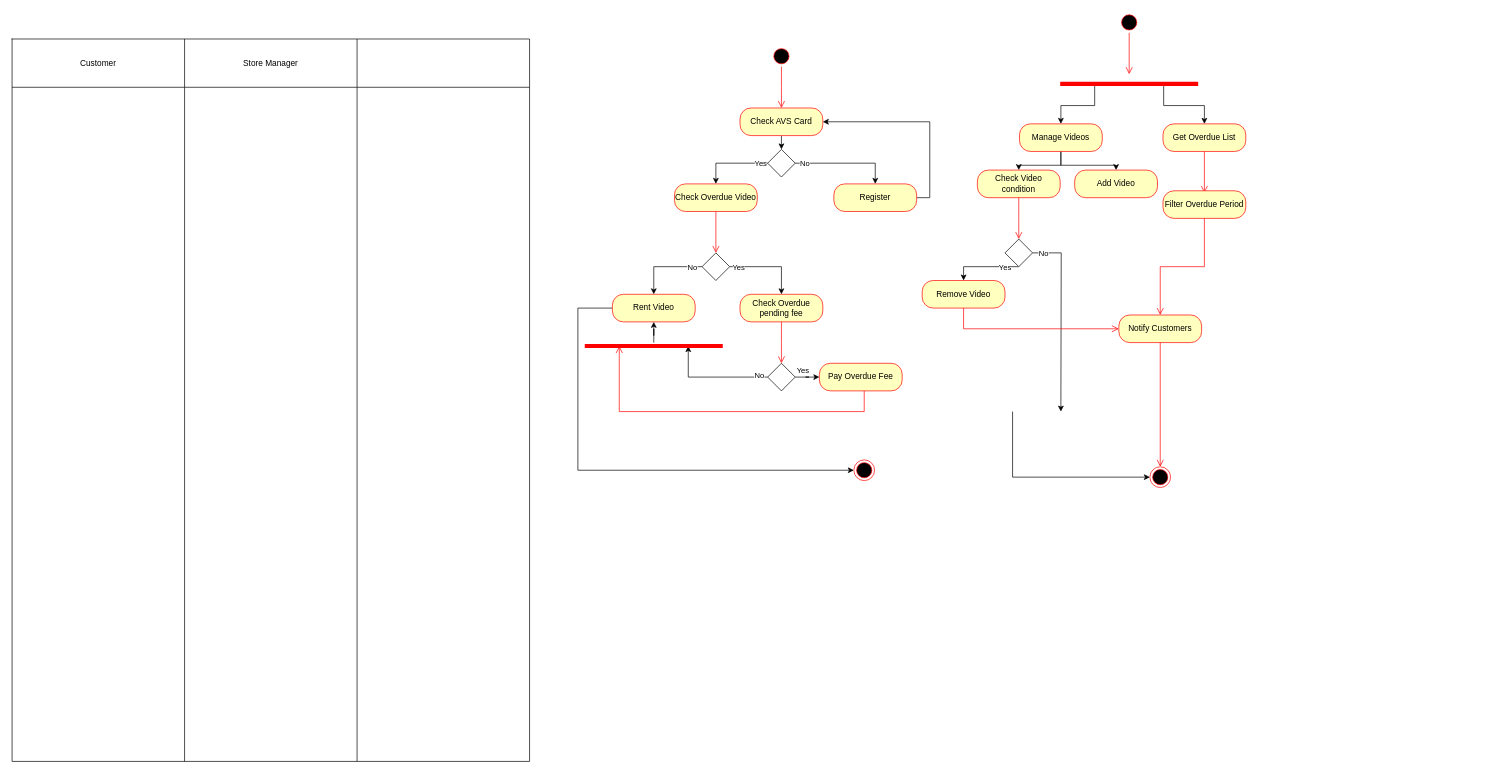
The draw.io diagram Soff40091- Scale-Up 05 - Activity Diagram.drawio in AnjeloM/AnjeloM, before the edit. Source tidied: cells renumbered, new cells numbered last; positions are measured from the earlier drawing's top-left corner, leaving out a move shared by most shapes. Both pictures are drawn from the tidied source at 69%, with x=0, y=0 at pixel (12, 12).
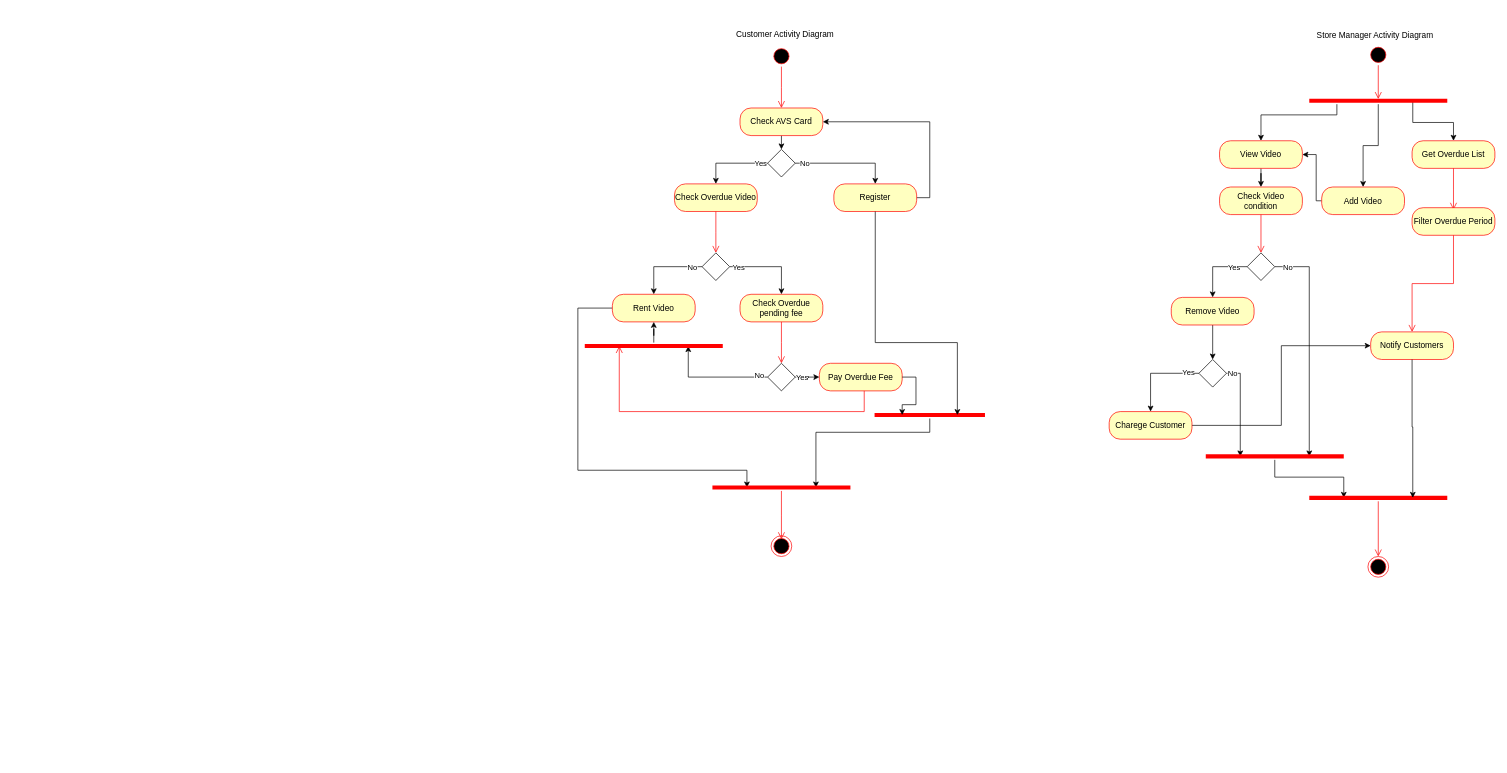
Above is the later version.

Unchanged cells that the change refers to:
```xml
<mxCell id="16" value="Register" style="rounded=1;whiteSpace=wrap;html=1;arcSize=40;fontColor=#000000;fillColor=#ffffc0;strokeColor=#ff0000;" parent="1" vertex="1">
  <mxGeometry x="1191" y="249" width="120" height="40" as="geometry" />
</mxCell>
<mxCell id="30" value="Rent Video" style="rounded=1;whiteSpace=wrap;html=1;arcSize=40;fontColor=#000000;fillColor=#ffffc0;strokeColor=#ff0000;" parent="1" vertex="1">
  <mxGeometry x="870" y="409" width="120" height="40" as="geometry" />
</mxCell>
<mxCell id="35" style="edgeStyle=orthogonalEdgeStyle;rounded=0;jettySize=auto;html=1;entryX=0;entryY=0.5;entryDx=0;entryDy=0;" parent="1" edge="1" source="37" target="38">
  <mxGeometry relative="1" as="geometry" />
</mxCell>
<mxCell id="38" value="Pay Overdue Fee" style="rounded=1;whiteSpace=wrap;html=1;arcSize=40;fontColor=#000000;fillColor=#ffffc0;strokeColor=#ff0000;" parent="1" vertex="1">
  <mxGeometry x="1170" y="509" width="120" height="40" as="geometry" />
</mxCell>
```

What changed in the source:
```diff
@@
-    <mxCell id="2" style="shape=table;startSize=0;childLayout=tableLayout;" parent="1" vertex="1">
-      <mxGeometry y="39" width="750" height="1047" as="geometry" />
-    </mxCell>
-    <mxCell id="3" style="shape=tableRow;horizontal=0;startSize=0;swimlaneHead=0;swimlaneBody=0;strokeColor=inherit;top=0;left=0;bottom=0;right=0;fillColor=none;" parent="2" vertex="1">
-      <mxGeometry width="750" height="70" as="geometry" />
-    </mxCell>
-    <mxCell id="4" value="Customer" style="shape=partialRectangle;html=1;whiteSpace=wrap;strokeColor=inherit;overflow=hidden;fillColor=none;top=0;left=0;bottom=0;right=0;" parent="3" vertex="1">
-      <mxGeometry width="250" height="70" as="geometry" />
-    </mxCell>
-    <mxCell id="5" value="Store Manager" style="shape=partialRectangle;html=1;whiteSpace=wrap;strokeColor=inherit;overflow=hidden;fillColor=none;top=0;left=0;bottom=0;right=0;" parent="3" vertex="1">
-      <mxGeometry x="250" width="250" height="70" as="geometry" />
-    </mxCell>
-    <mxCell id="6" style="shape=partialRectangle;html=1;whiteSpace=wrap;strokeColor=inherit;overflow=hidden;fillColor=none;top=0;left=0;bottom=0;right=0;" parent="3" vertex="1">
-      <mxGeometry x="500" width="250" height="70" as="geometry" />
-    </mxCell>
-    <mxCell id="7" style="shape=tableRow;horizontal=0;startSize=0;swimlaneHead=0;swimlaneBody=0;strokeColor=inherit;top=0;left=0;bottom=0;right=0;fillColor=none;" parent="2" vertex="1">
-      <mxGeometry y="70" width="750" height="977" as="geometry" />
-    </mxCell>
-    <mxCell id="8" style="shape=partialRectangle;html=1;whiteSpace=wrap;strokeColor=inherit;overflow=hidden;fillColor=none;top=0;left=0;bottom=0;right=0;" parent="7" vertex="1">
-      <mxGeometry width="250" height="977" as="geometry" />
-    </mxCell>
-    <mxCell id="9" style="shape=partialRectangle;html=1;whiteSpace=wrap;strokeColor=inherit;overflow=hidden;fillColor=none;top=0;left=0;bottom=0;right=0;" parent="7" vertex="1">
-      <mxGeometry x="250" width="250" height="977" as="geometry" />
-    </mxCell>
-    <mxCell id="10" style="shape=partialRectangle;html=1;whiteSpace=wrap;strokeColor=inherit;overflow=hidden;fillColor=none;top=0;left=0;bottom=0;right=0;" parent="7" vertex="1">
-      <mxGeometry x="500" width="250" height="977" as="geometry" />
-    </mxCell>
@@
-    <mxCell id="29" style="edgeStyle=orthogonalEdgeStyle;rounded=0;jettySize=auto;html=1;entryX=0;entryY=0.5;entryDx=0;entryDy=0;" parent="1" edge="1" source="30" target="40">
+    <mxCell id="29" style="edgeStyle=orthogonalEdgeStyle;rounded=0;jettySize=auto;html=1;entryX=0.25;entryY=0.5;entryDx=0;entryDy=0;entryPerimeter=0;" parent="1" edge="1" source="30" target="89">
       <mxGeometry relative="1" as="geometry">
         <Array as="points">
           <mxPoint x="820" y="429" />
           <mxPoint x="820" y="664" />
+          <mxPoint x="1065" y="664" />
         </Array>
       </mxGeometry>
     </mxCell>
@@
-    <mxCell id="36" value="Yes" style="edgeLabel;html=1;align=center;verticalAlign=middle;" parent="35" vertex="1">
-      <mxGeometry x="-0.56" y="-1" relative="1" as="geometry">
-        <mxPoint y="-11" as="offset" />
-      </mxGeometry>
-    </mxCell>
+    <mxCell id="69" value="Yes" style="edgeLabel;html=1;align=center;verticalAlign=middle;" parent="35" vertex="1">
+      <mxGeometry x="-0.59" relative="1" as="geometry" />
+    </mxCell>
@@
     <mxCell id="40" style="ellipse;html=1;shape=endState;fillColor=#000000;strokeColor=#ff0000;" parent="1" vertex="1">
-      <mxGeometry x="1220" y="649" width="30" height="30" as="geometry" />
+      <mxGeometry x="1100" y="759" width="30" height="30" as="geometry" />
     </mxCell>
     <mxCell id="41" style="ellipse;html=1;shape=startState;fillColor=#000000;strokeColor=#ff0000;" parent="1" vertex="1">
-      <mxGeometry x="1604" width="30" height="30" as="geometry" />
+      <mxGeometry x="1965" y="47" width="30" height="30" as="geometry" />
     </mxCell>
-    <mxCell id="42" style="edgeStyle=orthogonalEdgeStyle;html=1;verticalAlign=bottom;endArrow=open;endSize=8;strokeColor=#ff0000;rounded=0;" parent="1" edge="1" source="41">
-      <mxGeometry relative="1" as="geometry">
-        <mxPoint x="1619" y="90" as="targetPoint" />
-      </mxGeometry>
+    <mxCell id="42" style="edgeStyle=orthogonalEdgeStyle;html=1;verticalAlign=bottom;endArrow=open;endSize=8;strokeColor=#ff0000;rounded=0;entryX=0.5;entryY=0.25;entryDx=0;entryDy=0;entryPerimeter=0;" parent="1" edge="1" source="41" target="55">
+      <mxGeometry relative="1" as="geometry" />
     </mxCell>
-    <mxCell id="43" style="edgeStyle=orthogonalEdgeStyle;rounded=0;jettySize=auto;html=1;exitX=0.5;exitY=1;exitDx=0;exitDy=0;entryX=0.5;entryY=0;entryDx=0;entryDy=0;" parent="1" edge="1" source="45" target="56">
-      <mxGeometry relative="1" as="geometry" />
-    </mxCell>
-    <mxCell id="44" style="edgeStyle=orthogonalEdgeStyle;rounded=0;jettySize=auto;html=1;" parent="1" edge="1" source="45" target="58">
-      <mxGeometry relative="1" as="geometry" />
-    </mxCell>
-    <mxCell id="45" value="Manage Videos" style="rounded=1;whiteSpace=wrap;html=1;arcSize=40;fontColor=#000000;fillColor=#ffffc0;strokeColor=#ff0000;" parent="1" vertex="1">
-      <mxGeometry x="1460" y="162" width="120" height="40" as="geometry" />
-    </mxCell>
     <mxCell id="46" value="Get Overdue List" style="rounded=1;whiteSpace=wrap;html=1;arcSize=40;fontColor=#000000;fillColor=#ffffc0;strokeColor=#ff0000;" parent="1" vertex="1">
-      <mxGeometry x="1668" y="162" width="120" height="40" as="geometry" />
+      <mxGeometry x="2029" y="186.5" width="120" height="40" as="geometry" />
     </mxCell>
     <mxCell id="47" style="edgeStyle=orthogonalEdgeStyle;html=1;verticalAlign=bottom;endArrow=open;endSize=8;strokeColor=#ff0000;rounded=0;" parent="1" edge="1" source="46">
       <mxGeometry relative="1" as="geometry">
-        <mxPoint x="1728" y="262" as="targetPoint" />
+        <mxPoint x="2089" y="286.5" as="targetPoint" />
       </mxGeometry>
     </mxCell>
     <mxCell id="48" value="Filter Overdue Period" style="rounded=1;whiteSpace=wrap;html=1;arcSize=40;fontColor=#000000;fillColor=#ffffc0;strokeColor=#ff0000;" parent="1" vertex="1">
-      <mxGeometry x="1668" y="259" width="120" height="40" as="geometry" />
+      <mxGeometry x="2029" y="283.5" width="120" height="40" as="geometry" />
     </mxCell>
@@
     <mxCell id="50" value="Notify Customers" style="rounded=1;whiteSpace=wrap;html=1;arcSize=40;fontColor=#000000;fillColor=#ffffc0;strokeColor=#ff0000;" parent="1" vertex="1">
-      <mxGeometry x="1604" y="439" width="120" height="40" as="geometry" />
+      <mxGeometry x="1969" y="463.5" width="120" height="40" as="geometry" />
     </mxCell>
-    <mxCell id="51" style="edgeStyle=orthogonalEdgeStyle;html=1;verticalAlign=bottom;endArrow=open;endSize=8;strokeColor=#ff0000;rounded=0;entryX=0.5;entryY=0;entryDx=0;entryDy=0;" parent="1" edge="1" source="50" target="52">
-      <mxGeometry relative="1" as="geometry" />
-    </mxCell>
     <mxCell id="52" style="ellipse;html=1;shape=endState;fillColor=#000000;strokeColor=#ff0000;" parent="1" vertex="1">
-      <mxGeometry x="1649" y="659" width="30" height="30" as="geometry" />
+      <mxGeometry x="1965" y="789" width="30" height="30" as="geometry" />
     </mxCell>
-    <mxCell id="53" style="edgeStyle=orthogonalEdgeStyle;rounded=0;jettySize=auto;html=1;exitX=0.25;exitY=0.5;exitDx=0;exitDy=0;exitPerimeter=0;entryX=0.5;entryY=0;entryDx=0;entryDy=0;" parent="1" edge="1" source="55" target="45">
-      <mxGeometry relative="1" as="geometry" />
-    </mxCell>
@@
+    <mxCell id="70" style="edgeStyle=orthogonalEdgeStyle;rounded=0;jettySize=auto;html=1;entryX=0.5;entryY=0;entryDx=0;entryDy=0;" parent="1" edge="1" source="55" target="58">
+      <mxGeometry relative="1" as="geometry" />
+    </mxCell>
+    <mxCell id="71" style="edgeStyle=orthogonalEdgeStyle;rounded=0;jettySize=auto;html=1;" parent="1" edge="1" source="55" target="79">
+      <mxGeometry relative="1" as="geometry">
+        <Array as="points">
+          <mxPoint x="1920" y="149" />
+          <mxPoint x="1810" y="149" />
+        </Array>
+      </mxGeometry>
+    </mxCell>
     <mxCell id="55" style="shape=line;html=1;strokeWidth=6;strokeColor=#ff0000;" parent="1" vertex="1">
-      <mxGeometry x="1519" y="99" width="200" height="10" as="geometry" />
+      <mxGeometry x="1880" y="123.5" width="200" height="10" as="geometry" />
     </mxCell>
     <mxCell id="56" value="Check Video condition" style="rounded=1;whiteSpace=wrap;html=1;arcSize=40;fontColor=#000000;fillColor=#ffffc0;strokeColor=#ff0000;" parent="1" vertex="1">
-      <mxGeometry x="1399" y="229" width="120" height="40" as="geometry" />
+      <mxGeometry x="1750" y="253.5" width="120" height="40" as="geometry" />
     </mxCell>
-    <mxCell id="57" style="edgeStyle=orthogonalEdgeStyle;html=1;verticalAlign=bottom;endArrow=open;endSize=8;strokeColor=#ff0000;rounded=0;" parent="1" edge="1" source="56">
-      <mxGeometry relative="1" as="geometry">
-        <mxPoint x="1459" y="329" as="targetPoint" />
-      </mxGeometry>
+    <mxCell id="57" style="edgeStyle=orthogonalEdgeStyle;html=1;verticalAlign=bottom;endArrow=open;endSize=8;strokeColor=#ff0000;rounded=0;entryX=0.5;entryY=0;entryDx=0;entryDy=0;" parent="1" edge="1" source="56" target="63">
+      <mxGeometry relative="1" as="geometry" />
     </mxCell>
+    <mxCell id="72" style="edgeStyle=orthogonalEdgeStyle;rounded=0;jettySize=auto;html=1;entryX=1;entryY=0.5;entryDx=0;entryDy=0;" parent="1" edge="1" source="58" target="79">
+      <mxGeometry relative="1" as="geometry">
+        <Array as="points">
+          <mxPoint x="1890" y="274" />
+          <mxPoint x="1890" y="207" />
+        </Array>
+      </mxGeometry>
+    </mxCell>
     <mxCell id="58" value="Add Video" style="rounded=1;whiteSpace=wrap;html=1;arcSize=40;fontColor=#000000;fillColor=#ffffc0;strokeColor=#ff0000;" parent="1" vertex="1">
-      <mxGeometry x="1540" y="229" width="120" height="40" as="geometry" />
+      <mxGeometry x="1898" y="253.5" width="120" height="40" as="geometry" />
     </mxCell>
-    <mxCell id="59" style="edgeStyle=orthogonalEdgeStyle;rounded=0;jettySize=auto;html=1;" parent="1" edge="1" source="63" target="64">
+    <mxCell id="59" style="edgeStyle=orthogonalEdgeStyle;rounded=0;jettySize=auto;html=1;exitX=0;exitY=0.5;exitDx=0;exitDy=0;" parent="1" edge="1" source="63" target="64">
       <mxGeometry relative="1" as="geometry">
         <Array as="points">
-          <mxPoint x="1379" y="369" />
+          <mxPoint x="1740" y="369" />
         </Array>
       </mxGeometry>
     </mxCell>
@@
-    <mxCell id="61" style="edgeStyle=orthogonalEdgeStyle;rounded=0;jettySize=auto;html=1;" parent="1" edge="1" source="63">
+    <mxCell id="61" style="edgeStyle=orthogonalEdgeStyle;rounded=0;jettySize=auto;html=1;entryX=0.75;entryY=0.5;entryDx=0;entryDy=0;entryPerimeter=0;" parent="1" edge="1" source="63" target="88">
       <mxGeometry relative="1" as="geometry">
-        <mxPoint x="1520" y="579" as="targetPoint" />
+        <Array as="points">
+          <mxPoint x="1880" y="369" />
+        </Array>
       </mxGeometry>
     </mxCell>
@@
     <mxCell id="63" style="rhombus;whiteSpace=wrap;html=1;" parent="1" vertex="1">
-      <mxGeometry x="1439" y="329" width="40" height="40" as="geometry" />
+      <mxGeometry x="1790" y="349" width="40" height="40" as="geometry" />
     </mxCell>
+    <mxCell id="73" style="edgeStyle=orthogonalEdgeStyle;rounded=0;jettySize=auto;html=1;entryX=0.5;entryY=0;entryDx=0;entryDy=0;" parent="1" edge="1" source="64" target="86">
+      <mxGeometry relative="1" as="geometry" />
+    </mxCell>
     <mxCell id="64" value="Remove Video" style="rounded=1;whiteSpace=wrap;html=1;arcSize=40;fontColor=#000000;fillColor=#ffffc0;strokeColor=#ff0000;" parent="1" vertex="1">
-      <mxGeometry x="1319" y="389" width="120" height="40" as="geometry" />
+      <mxGeometry x="1680" y="413.5" width="120" height="40" as="geometry" />
     </mxCell>
-    <mxCell id="65" style="edgeStyle=orthogonalEdgeStyle;html=1;verticalAlign=bottom;endArrow=open;endSize=8;strokeColor=#ff0000;rounded=0;entryX=0;entryY=0.5;entryDx=0;entryDy=0;" parent="1" edge="1" source="64" target="50">
-      <mxGeometry relative="1" as="geometry">
-        <Array as="points">
-          <mxPoint x="1379" y="459" />
-        </Array>
-      </mxGeometry>
-    </mxCell>
-    <mxCell id="66" style="edgeStyle=orthogonalEdgeStyle;rounded=0;jettySize=auto;html=1;entryX=0;entryY=0.5;entryDx=0;entryDy=0;" parent="1" edge="1" target="52">
-      <mxGeometry relative="1" as="geometry">
-        <mxPoint x="1450" y="579" as="sourcePoint" />
-        <Array as="points">
-          <mxPoint x="1450" y="674" />
-        </Array>
-      </mxGeometry>
-    </mxCell>
@@
+    <mxCell id="74" style="edgeStyle=orthogonalEdgeStyle;rounded=0;jettySize=auto;html=1;entryX=0.75;entryY=0.5;entryDx=0;entryDy=0;entryPerimeter=0;" parent="1" edge="1" source="75" target="89">
+      <mxGeometry relative="1" as="geometry">
+        <Array as="points">
+          <mxPoint x="1330" y="609" />
+          <mxPoint x="1165" y="609" />
+        </Array>
+      </mxGeometry>
+    </mxCell>
+    <mxCell id="75" style="shape=line;html=1;strokeWidth=6;strokeColor=#ff0000;" parent="1" vertex="1">
+      <mxGeometry x="1250" y="579" width="160" height="10" as="geometry" />
+    </mxCell>
+    <mxCell id="76" style="edgeStyle=orthogonalEdgeStyle;rounded=0;jettySize=auto;html=1;exitX=0.5;exitY=1;exitDx=0;exitDy=0;entryX=0.75;entryY=0.5;entryDx=0;entryDy=0;entryPerimeter=0;" parent="1" edge="1" source="16" target="75">
+      <mxGeometry relative="1" as="geometry">
+        <Array as="points">
+          <mxPoint x="1251" y="479" />
+          <mxPoint x="1370" y="479" />
+        </Array>
+      </mxGeometry>
+    </mxCell>
+    <mxCell id="77" style="edgeStyle=orthogonalEdgeStyle;rounded=0;jettySize=auto;html=1;exitX=1;exitY=0.5;exitDx=0;exitDy=0;entryX=0.25;entryY=0.5;entryDx=0;entryDy=0;entryPerimeter=0;" parent="1" edge="1" source="38" target="75">
+      <mxGeometry relative="1" as="geometry" />
+    </mxCell>
+    <mxCell id="78" style="edgeStyle=orthogonalEdgeStyle;rounded=0;jettySize=auto;html=1;entryX=0.5;entryY=0;entryDx=0;entryDy=0;" parent="1" edge="1" source="79" target="56">
+      <mxGeometry relative="1" as="geometry" />
+    </mxCell>
+    <mxCell id="79" value="View Video" style="rounded=1;whiteSpace=wrap;html=1;arcSize=40;fontColor=#000000;fillColor=#ffffc0;strokeColor=#ff0000;" parent="1" vertex="1">
+      <mxGeometry x="1750" y="186.5" width="120" height="40" as="geometry" />
+    </mxCell>
+    <mxCell id="80" style="edgeStyle=orthogonalEdgeStyle;rounded=0;jettySize=auto;html=1;entryX=0;entryY=0.5;entryDx=0;entryDy=0;" parent="1" edge="1" source="81" target="50">
+      <mxGeometry relative="1" as="geometry" />
+    </mxCell>
+    <mxCell id="81" value="Charege Customer" style="rounded=1;whiteSpace=wrap;html=1;arcSize=40;fontColor=#000000;fillColor=#ffffc0;strokeColor=#ff0000;" parent="1" vertex="1">
+      <mxGeometry x="1590" y="579" width="120" height="40" as="geometry" />
+    </mxCell>
+    <mxCell id="82" style="edgeStyle=orthogonalEdgeStyle;rounded=0;jettySize=auto;html=1;entryX=0.5;entryY=0;entryDx=0;entryDy=0;" parent="1" edge="1" source="86" target="81">
+      <mxGeometry relative="1" as="geometry" />
+    </mxCell>
+    <mxCell id="83" value="Yes" style="edgeLabel;html=1;align=center;verticalAlign=middle;" parent="82" vertex="1">
+      <mxGeometry x="-0.74" y="-1" relative="1" as="geometry" />
+    </mxCell>
+    <mxCell id="84" style="edgeStyle=orthogonalEdgeStyle;rounded=0;jettySize=auto;html=1;entryX=0.25;entryY=0.5;entryDx=0;entryDy=0;entryPerimeter=0;" parent="1" edge="1" source="86" target="88">
+      <mxGeometry relative="1" as="geometry">
+        <Array as="points">
+          <mxPoint x="1780" y="524" />
+        </Array>
+      </mxGeometry>
+    </mxCell>
+    <mxCell id="85" value="No" style="edgeLabel;html=1;align=center;verticalAlign=middle;" parent="84" vertex="1">
+      <mxGeometry x="-0.89" relative="1" as="geometry" />
+    </mxCell>
+    <mxCell id="86" style="rhombus;whiteSpace=wrap;html=1;" parent="1" vertex="1">
+      <mxGeometry x="1720" y="503.5" width="40" height="40" as="geometry" />
+    </mxCell>
+    <mxCell id="87" style="edgeStyle=orthogonalEdgeStyle;rounded=0;jettySize=auto;html=1;entryX=0.25;entryY=0.5;entryDx=0;entryDy=0;entryPerimeter=0;" parent="1" edge="1" source="88" target="91">
+      <mxGeometry relative="1" as="geometry" />
+    </mxCell>
+    <mxCell id="88" style="shape=line;html=1;strokeWidth=6;strokeColor=#ff0000;" parent="1" vertex="1">
+      <mxGeometry x="1730" y="639" width="200" height="10" as="geometry" />
+    </mxCell>
+    <mxCell id="89" style="shape=line;html=1;strokeWidth=6;strokeColor=#ff0000;" parent="1" vertex="1">
+      <mxGeometry x="1015" y="684" width="200" height="10" as="geometry" />
+    </mxCell>
+    <mxCell id="90" style="edgeStyle=orthogonalEdgeStyle;html=1;verticalAlign=bottom;endArrow=open;endSize=8;strokeColor=#ff0000;rounded=0;" parent="1" edge="1" source="89">
+      <mxGeometry relative="1" as="geometry">
+        <mxPoint x="1115" y="764" as="targetPoint" />
+      </mxGeometry>
+    </mxCell>
+    <mxCell id="91" style="shape=line;html=1;strokeWidth=6;strokeColor=#ff0000;" parent="1" vertex="1">
+      <mxGeometry x="1880" y="699" width="200" height="10" as="geometry" />
+    </mxCell>
+    <mxCell id="92" style="edgeStyle=orthogonalEdgeStyle;html=1;verticalAlign=bottom;endArrow=open;endSize=8;strokeColor=#ff0000;rounded=0;entryX=0.5;entryY=0;entryDx=0;entryDy=0;" parent="1" edge="1" source="91" target="52">
+      <mxGeometry relative="1" as="geometry" />
+    </mxCell>
+    <mxCell id="93" style="edgeStyle=orthogonalEdgeStyle;rounded=0;jettySize=auto;html=1;entryX=0.75;entryY=0.5;entryDx=0;entryDy=0;entryPerimeter=0;" parent="1" edge="1" source="50" target="91">
+      <mxGeometry relative="1" as="geometry" />
+    </mxCell>
+    <mxCell id="94" value="Customer Activity Diagram" style="text;html=1;align=center;verticalAlign=middle;strokeColor=none;fillColor=none;" parent="1" vertex="1">
+      <mxGeometry x="1035" y="17" width="170" height="30" as="geometry" />
+    </mxCell>
+    <mxCell id="95" value="Store Manager Activity Diagram" style="text;html=1;align=center;verticalAlign=middle;strokeColor=none;fillColor=none;" parent="1" vertex="1">
+      <mxGeometry x="1880" y="19" width="190" height="30" as="geometry" />
+    </mxCell>
```
